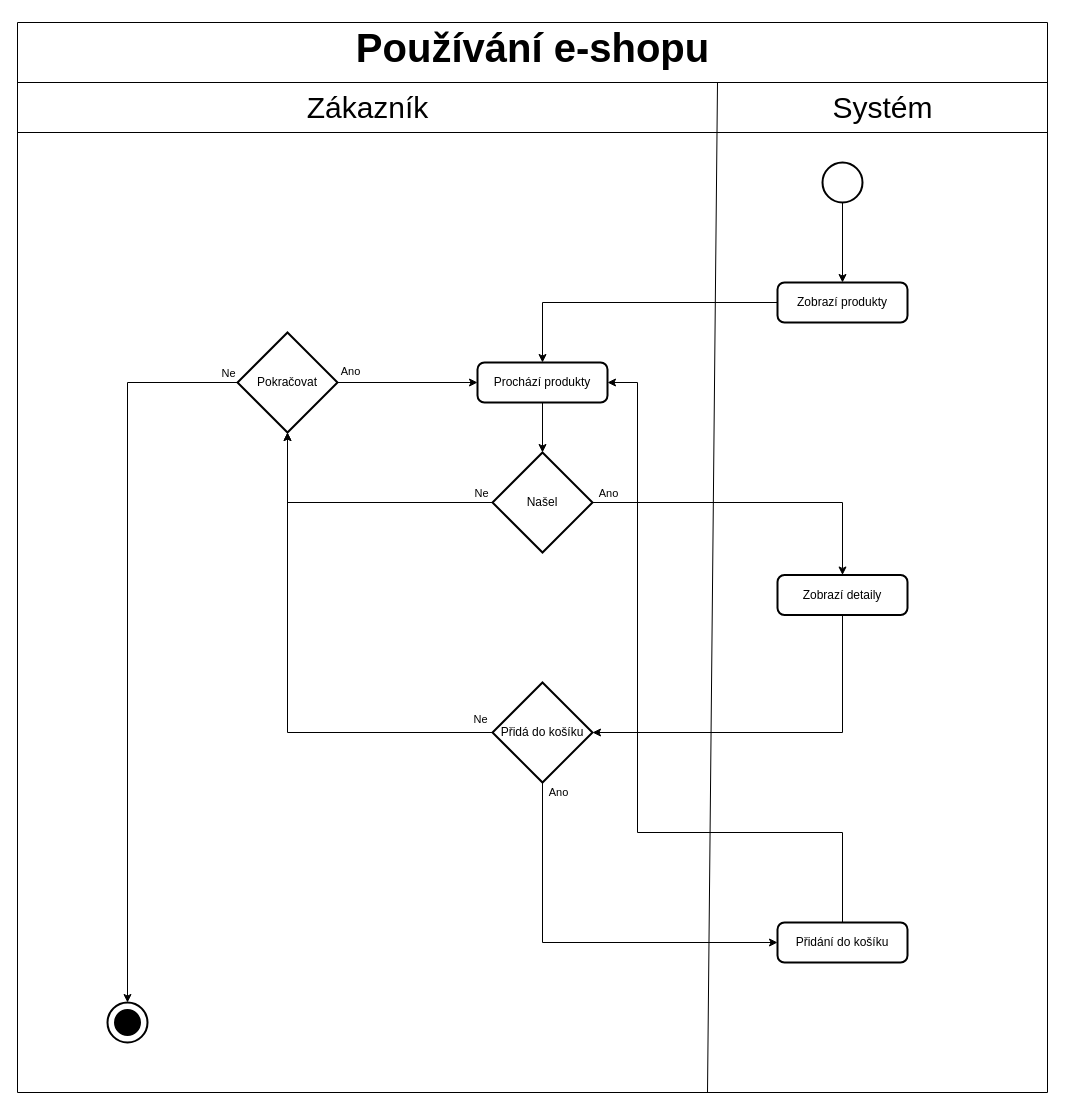
Above: active-diagram.drawio in Adamekka/swi (draw.io), before the change. Source tidied: cells renumbered, new cells numbered last; positions are measured from the earlier drawing's top-left corner, leaving out a move shared by most shapes. Both pictures are drawn from the tidied source at 100%, with x=0, y=0 at pixel (17, 17).
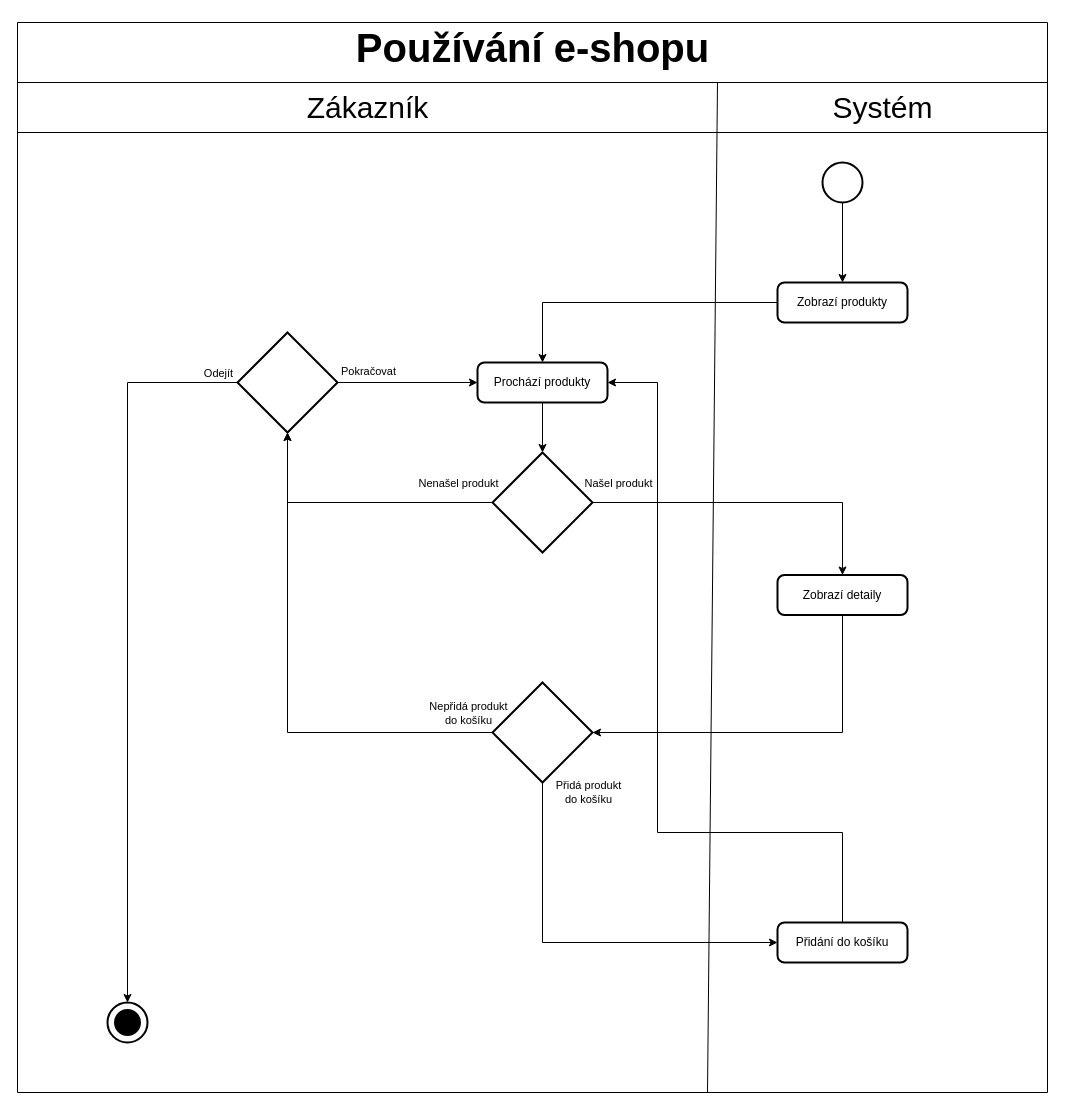
The same page after the edit.

Commit message (it also covers changes not shown here):
fix: active diagram

The change refers to these unchanged cells:
```xml
<mxCell id="6" value="Prochází produkty" style="rounded=1;whiteSpace=wrap;html=1;absoluteArcSize=1;arcSize=14;strokeWidth=2;" parent="1" vertex="1">
  <mxGeometry x="460" y="345" width="130" height="40" as="geometry" />
</mxCell>
<mxCell id="8" style="edgeStyle=orthogonalEdgeStyle;rounded=0;jettySize=auto;html=1;" parent="1" edge="1" source="12" target="15">
  <mxGeometry relative="1" as="geometry" />
</mxCell>
<mxCell id="10" style="edgeStyle=orthogonalEdgeStyle;rounded=0;jettySize=auto;html=1;" parent="1" edge="1" source="12" target="21">
  <mxGeometry relative="1" as="geometry" />
</mxCell>
<mxCell id="13" style="edgeStyle=orthogonalEdgeStyle;rounded=0;jettySize=auto;html=1;" parent="1" edge="1" source="15" target="6">
  <mxGeometry relative="1" as="geometry" />
</mxCell>
<mxCell id="18" style="edgeStyle=orthogonalEdgeStyle;rounded=0;jettySize=auto;html=1;entryX=0.5;entryY=0;entryDx=0;entryDy=0;entryPerimeter=0;" parent="1" edge="1" source="15" target="16">
  <mxGeometry relative="1" as="geometry" />
</mxCell>
<mxCell id="22" style="edgeStyle=orthogonalEdgeStyle;rounded=0;jettySize=auto;html=1;" parent="1" edge="1" source="26" target="28">
  <mxGeometry relative="1" as="geometry">
    <Array as="points">
      <mxPoint x="525" y="925" />
    </Array>
  </mxGeometry>
</mxCell>
<mxCell id="24" style="edgeStyle=orthogonalEdgeStyle;rounded=0;jettySize=auto;html=1;" parent="1" edge="1" source="26" target="15">
  <mxGeometry relative="1" as="geometry" />
</mxCell>
<mxCell id="28" value="Přidání do košíku" style="rounded=1;whiteSpace=wrap;html=1;absoluteArcSize=1;arcSize=14;strokeWidth=2;" parent="1" vertex="1">
  <mxGeometry x="760" y="905" width="130" height="40" as="geometry" />
</mxCell>
```

Diff of the diagram source:
```diff
@@
-    <mxCell id="9" value="Ne" style="edgeLabel;html=1;align=center;verticalAlign=middle;" parent="8" vertex="1">
+    <mxCell id="9" value="Nenašel produkt" style="edgeLabel;html=1;align=center;verticalAlign=middle;" parent="8" vertex="1">
       <mxGeometry x="-0.91" y="-2" relative="1" as="geometry">
-        <mxPoint y="-8" as="offset" />
+        <mxPoint x="-23" y="-18" as="offset" />
       </mxGeometry>
     </mxCell>
@@
-    <mxCell id="11" value="Ano" style="edgeLabel;html=1;align=center;verticalAlign=middle;" parent="10" vertex="1">
+    <mxCell id="11" value="Našel produkt" style="edgeLabel;html=1;align=center;verticalAlign=middle;" parent="10" vertex="1">
       <mxGeometry x="-0.65" y="1" relative="1" as="geometry">
-        <mxPoint x="-41" y="-9" as="offset" />
+        <mxPoint x="-31" y="-19" as="offset" />
       </mxGeometry>
     </mxCell>
-    <mxCell id="12" value="Našel" style="strokeWidth=2;html=1;shape=mxgraph.flowchart.decision;whiteSpace=wrap;strokeColor=default;align=center;verticalAlign=middle;fontFamily=Helvetica;fontSize=12;fontColor=default;fillColor=default;" parent="1" vertex="1">
+    <mxCell id="12" style="strokeWidth=2;html=1;shape=mxgraph.flowchart.decision;whiteSpace=wrap;strokeColor=default;align=center;verticalAlign=middle;fontFamily=Helvetica;fontSize=12;fontColor=default;fillColor=default;" parent="1" vertex="1">
       <mxGeometry x="475" y="435" width="100" height="100" as="geometry" />
     </mxCell>
@@
-    <mxCell id="14" value="Ano" style="edgeLabel;html=1;align=center;verticalAlign=middle;" parent="13" vertex="1">
+    <mxCell id="14" value="Pokračovat" style="edgeLabel;html=1;align=center;verticalAlign=middle;" parent="13" vertex="1">
       <mxGeometry x="-0.77" y="-1" relative="1" as="geometry">
-        <mxPoint x="-4" y="-13" as="offset" />
+        <mxPoint x="14" y="-13" as="offset" />
       </mxGeometry>
     </mxCell>
-    <mxCell id="15" value="Pokračovat" style="strokeWidth=2;html=1;shape=mxgraph.flowchart.decision;whiteSpace=wrap;" parent="1" vertex="1">
+    <mxCell id="15" style="strokeWidth=2;html=1;shape=mxgraph.flowchart.decision;whiteSpace=wrap;" parent="1" vertex="1">
       <mxGeometry x="220" y="315" width="100" height="100" as="geometry" />
     </mxCell>
@@
-    <mxCell id="19" value="Ne" style="edgeLabel;html=1;align=center;verticalAlign=middle;" parent="18" vertex="1">
+    <mxCell id="19" value="Odejít" style="edgeLabel;html=1;align=center;verticalAlign=middle;" parent="18" vertex="1">
       <mxGeometry x="-0.88" y="-1" relative="1" as="geometry">
-        <mxPoint x="34" y="-9" as="offset" />
+        <mxPoint x="24" y="-9" as="offset" />
       </mxGeometry>
     </mxCell>
@@
-    <mxCell id="23" value="Ano" style="edgeLabel;html=1;align=center;verticalAlign=middle;" parent="22" vertex="1">
+    <mxCell id="23" value="Přidá produkt&lt;div&gt;do košíku&lt;/div&gt;" style="edgeLabel;html=1;align=center;verticalAlign=middle;" parent="22" vertex="1">
       <mxGeometry x="-0.76" y="-1" relative="1" as="geometry">
-        <mxPoint x="16" y="-38" as="offset" />
+        <mxPoint x="46" y="-38" as="offset" />
       </mxGeometry>
     </mxCell>
@@
-    <mxCell id="25" value="Ne" style="edgeLabel;html=1;align=center;verticalAlign=middle;" parent="24" vertex="1">
+    <mxCell id="25" style="edgeLabel;html=1;align=center;verticalAlign=middle;" parent="24" vertex="1">
       <mxGeometry x="-0.92" relative="1" as="geometry">
         <mxPoint x="7" y="-14" as="offset" />
       </mxGeometry>
     </mxCell>
+    <mxCell id="39" value="Nepřidá produkt&lt;div&gt;do košíku&lt;/div&gt;" style="edgeLabel;html=1;align=center;verticalAlign=middle;" parent="24" vertex="1">
+      <mxGeometry x="-0.93" y="1" relative="1" as="geometry">
+        <mxPoint x="-7" y="-21" as="offset" />
+      </mxGeometry>
+    </mxCell>
-    <mxCell id="26" value="Přidá do košíku" style="strokeWidth=2;html=1;shape=mxgraph.flowchart.decision;whiteSpace=wrap;strokeColor=default;align=center;verticalAlign=middle;fontFamily=Helvetica;fontSize=12;fontColor=default;fillColor=default;" parent="1" vertex="1">
+    <mxCell id="26" style="strokeWidth=2;html=1;shape=mxgraph.flowchart.decision;whiteSpace=wrap;strokeColor=default;align=center;verticalAlign=middle;fontFamily=Helvetica;fontSize=12;fontColor=default;fillColor=default;" parent="1" vertex="1">
       <mxGeometry x="475" y="665" width="100" height="100" as="geometry" />
     </mxCell>
     <mxCell id="27" style="edgeStyle=orthogonalEdgeStyle;rounded=0;jettySize=auto;html=1;" parent="1" edge="1" source="28" target="6">
       <mxGeometry relative="1" as="geometry">
         <Array as="points">
           <mxPoint x="825" y="815" />
-          <mxPoint x="620" y="815" />
-          <mxPoint x="620" y="365" />
+          <mxPoint x="640" y="815" />
+          <mxPoint x="640" y="365" />
         </Array>
       </mxGeometry>
     </mxCell>
```
